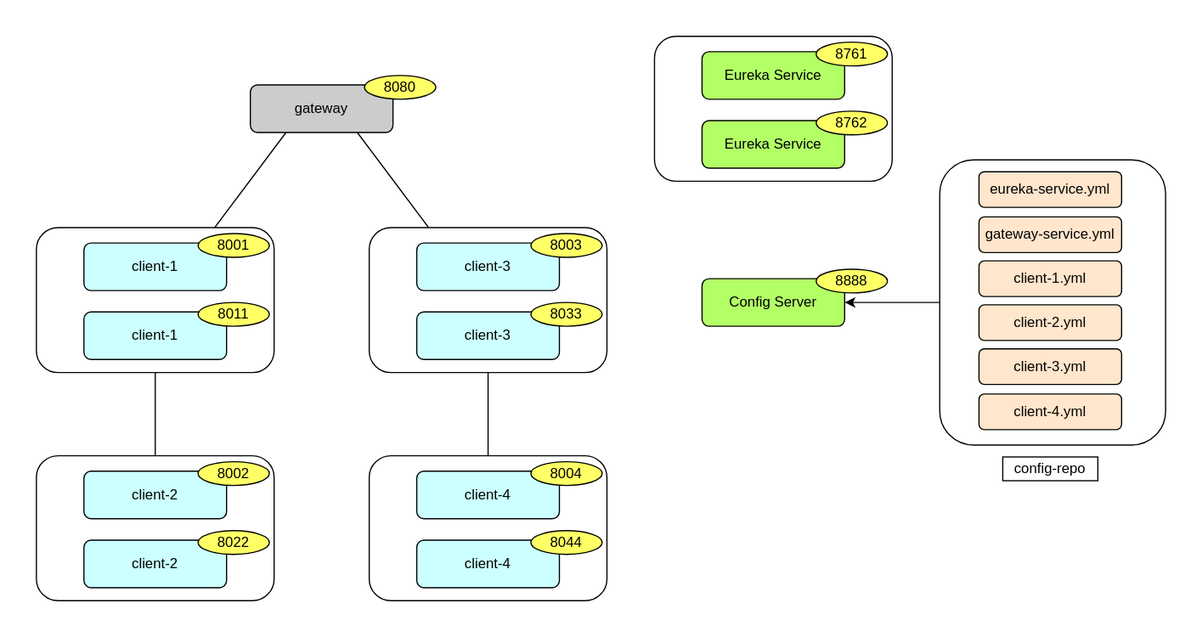
Before: microservice.drawio.svg, a diagram exported from draw.io (masakiii03/microservice-sample). Source tidied: cells renumbered, new cells last; positions are measured from the earlier drawing's top-left corner, leaving out a move shared by most shapes.
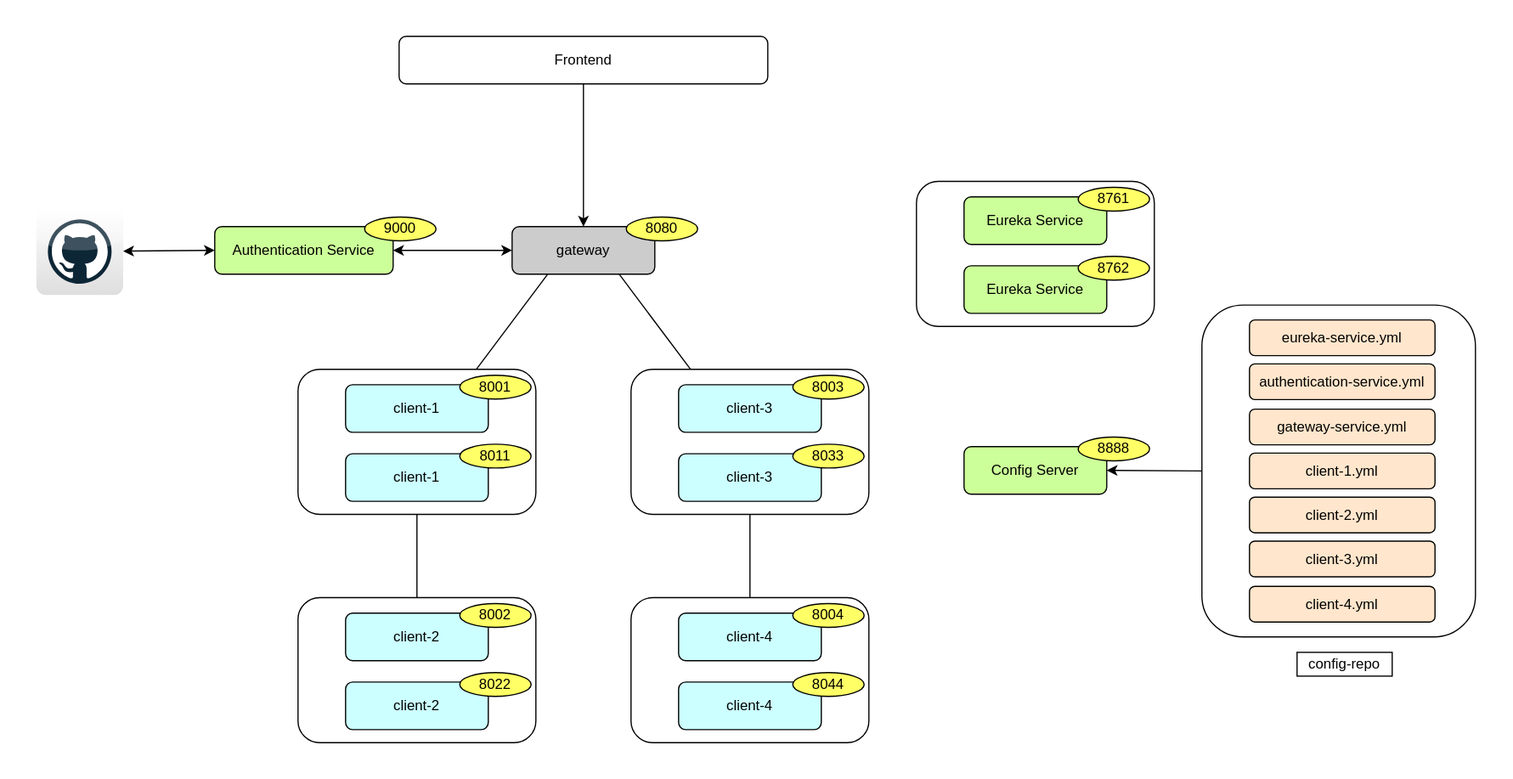
The same file after the commit.

Change to the diagram source:
```diff
@@ -9,19 +9,19 @@
       <mxGeometry x="276" y="33" width="60" height="20" as="geometry" />
     </mxCell>
     <mxCell id="4" style="rounded=1;whiteSpace=wrap;html=1;fillColor=#FFFFFF;" parent="1" vertex="1">
-      <mxGeometry x="520" width="200" height="122" as="geometry" />
+      <mxGeometry x="520" y="3" width="200" height="122" as="geometry" />
     </mxCell>
-    <mxCell id="5" value="Eureka Service" style="rounded=1;whiteSpace=wrap;html=1;fillColor=#B3FF66;" parent="1" vertex="1">
-      <mxGeometry x="560" y="13" width="120" height="40" as="geometry" />
+    <mxCell id="5" value="Eureka Service" style="rounded=1;whiteSpace=wrap;html=1;fillColor=#CCFF99;" parent="1" vertex="1">
+      <mxGeometry x="560" y="16" width="120" height="40" as="geometry" />
     </mxCell>
     <mxCell id="6" value="8761" style="ellipse;whiteSpace=wrap;html=1;fillColor=#FFFF66;" parent="1" vertex="1">
-      <mxGeometry x="656" y="5" width="60" height="20" as="geometry" />
+      <mxGeometry x="656" y="8" width="60" height="20" as="geometry" />
     </mxCell>
-    <mxCell id="7" value="Eureka Service" style="rounded=1;whiteSpace=wrap;html=1;fillColor=#B3FF66;" parent="1" vertex="1">
-      <mxGeometry x="560" y="71" width="120" height="40" as="geometry" />
+    <mxCell id="7" value="Eureka Service" style="rounded=1;whiteSpace=wrap;html=1;fillColor=#CCFF99;" parent="1" vertex="1">
+      <mxGeometry x="560" y="74" width="120" height="40" as="geometry" />
     </mxCell>
     <mxCell id="8" value="8762" style="ellipse;whiteSpace=wrap;html=1;fillColor=#FFFF66;" parent="1" vertex="1">
-      <mxGeometry x="656" y="63" width="60" height="20" as="geometry" />
+      <mxGeometry x="656" y="66" width="60" height="20" as="geometry" />
     </mxCell>
     <mxCell id="9" style="rounded=1;whiteSpace=wrap;html=1;fillColor=#FFFFFF;" parent="1" vertex="1">
       <mxGeometry y="161" width="200" height="122" as="geometry" />
@@ -95,38 +95,62 @@
     <mxCell id="32" style="endArrow=none;html=1;rounded=0;entryX=0.5;entryY=0;entryDx=0;entryDy=0;exitX=0.5;exitY=1;exitDx=0;exitDy=0;" parent="1" edge="1" source="14" target="26">
       <mxGeometry relative="1" as="geometry" />
     </mxCell>
-    <mxCell id="33" value="Config Server" style="rounded=1;whiteSpace=wrap;html=1;fillColor=#B3FF66;" parent="1" vertex="1">
-      <mxGeometry x="560" y="204" width="120" height="40" as="geometry" />
-    </mxCell>
-    <mxCell id="34" value="8888" style="ellipse;whiteSpace=wrap;html=1;fillColor=#FFFF66;" parent="1" vertex="1">
-      <mxGeometry x="656" y="196" width="60" height="20" as="geometry" />
-    </mxCell>
     <mxCell id="35" value="config-repo" style="rounded=0;whiteSpace=wrap;html=1;" parent="1" vertex="1">
-      <mxGeometry x="813" y="354" width="80" height="20" as="geometry" />
+      <mxGeometry x="840" y="399" width="80" height="20" as="geometry" />
     </mxCell>
     <mxCell id="36" style="endArrow=classic;html=1;rounded=0;exitX=0;exitY=0.5;exitDx=0;exitDy=0;entryX=1;entryY=0.5;entryDx=0;entryDy=0;" parent="1" edge="1" source="37" target="33">
       <mxGeometry relative="1" as="geometry" />
     </mxCell>
     <mxCell id="37" style="rounded=1;whiteSpace=wrap;html=1;fillColor=#FFFFFF;" parent="1" vertex="1">
-      <mxGeometry x="760" y="104" width="190" height="240" as="geometry" />
+      <mxGeometry x="760" y="107" width="230" height="279" as="geometry" />
     </mxCell>
+    <mxCell id="40" value="client-1.yml" style="rounded=1;whiteSpace=wrap;html=1;fillColor=#FFE6CC;" parent="1" vertex="1">
+      <mxGeometry x="800" y="231.5" width="156" height="30" as="geometry" />
+    </mxCell>
+    <mxCell id="39" value="gateway-service.yml" style="rounded=1;whiteSpace=wrap;html=1;fillColor=#FFE6CC;" parent="1" vertex="1">
+      <mxGeometry x="800" y="194.5" width="156" height="30" as="geometry" />
+    </mxCell>
     <mxCell id="38" value="eureka-service.yml" style="rounded=1;whiteSpace=wrap;html=1;fillColor=#FFE6CC;" parent="1" vertex="1">
-      <mxGeometry x="793" y="114" width="120" height="30" as="geometry" />
+      <mxGeometry x="800" y="119.5" width="156" height="30" as="geometry" />
     </mxCell>
-    <mxCell id="39" value="gateway-service.yml" style="rounded=1;whiteSpace=wrap;html=1;fillColor=#FFE6CC;" parent="1" vertex="1">
-      <mxGeometry x="793" y="152" width="120" height="30" as="geometry" />
-    </mxCell>
-    <mxCell id="40" value="client-1.yml" style="rounded=1;whiteSpace=wrap;html=1;fillColor=#FFE6CC;" parent="1" vertex="1">
-      <mxGeometry x="793" y="189" width="120" height="30" as="geometry" />
-    </mxCell>
     <mxCell id="41" value="client-2.yml" style="rounded=1;whiteSpace=wrap;html=1;fillColor=#FFE6CC;" parent="1" vertex="1">
-      <mxGeometry x="793" y="226" width="120" height="30" as="geometry" />
+      <mxGeometry x="800" y="268.5" width="156" height="30" as="geometry" />
     </mxCell>
     <mxCell id="42" value="client-3.yml" style="rounded=1;whiteSpace=wrap;html=1;fillColor=#FFE6CC;" parent="1" vertex="1">
-      <mxGeometry x="793" y="263" width="120" height="30" as="geometry" />
+      <mxGeometry x="800" y="305.5" width="156" height="30" as="geometry" />
     </mxCell>
     <mxCell id="43" value="client-4.yml" style="rounded=1;whiteSpace=wrap;html=1;fillColor=#FFE6CC;" parent="1" vertex="1">
-      <mxGeometry x="793" y="301" width="120" height="30" as="geometry" />
+      <mxGeometry x="800" y="343.5" width="156" height="30" as="geometry" />
     </mxCell>
+    <mxCell id="44" value="authentication-service.yml" style="rounded=1;whiteSpace=wrap;html=1;fillColor=#FFE6CC;" parent="1" vertex="1">
+      <mxGeometry x="800" y="156.5" width="156" height="30" as="geometry" />
+    </mxCell>
+    <mxCell id="33" value="Config Server" style="rounded=1;whiteSpace=wrap;html=1;fillColor=#CCFF99;" parent="1" vertex="1">
+      <mxGeometry x="560" y="226" width="120" height="40" as="geometry" />
+    </mxCell>
+    <mxCell id="34" value="8888" style="ellipse;whiteSpace=wrap;html=1;fillColor=#FFFF66;" parent="1" vertex="1">
+      <mxGeometry x="656" y="218" width="60" height="20" as="geometry" />
+    </mxCell>
+    <mxCell id="45" value="Authentication Service" style="rounded=1;whiteSpace=wrap;html=1;fillColor=#CCFF99;" parent="1" vertex="1">
+      <mxGeometry x="-70" y="41" width="150" height="40" as="geometry" />
+    </mxCell>
+    <mxCell id="46" value="9000" style="ellipse;whiteSpace=wrap;html=1;fillColor=#FFFF66;" parent="1" vertex="1">
+      <mxGeometry x="56" y="33" width="60" height="20" as="geometry" />
+    </mxCell>
+    <mxCell id="47" style="edgeStyle=orthogonalEdgeStyle;rounded=0;jettySize=auto;html=1;exitX=0.5;exitY=1;exitDx=0;exitDy=0;entryX=0.5;entryY=0;entryDx=0;entryDy=0;" parent="1" edge="1" source="48" target="2">
+      <mxGeometry relative="1" as="geometry" />
+    </mxCell>
+    <mxCell id="48" value="Frontend" style="rounded=1;whiteSpace=wrap;html=1;fillColor=#FFFFFF;" parent="1" vertex="1">
+      <mxGeometry x="85" y="-119" width="310" height="40" as="geometry" />
+    </mxCell>
+    <mxCell id="49" style="endArrow=classic;startArrow=classic;html=1;rounded=0;exitX=0;exitY=0.5;exitDx=0;exitDy=0;" parent="1" edge="1" source="45" target="50">
+      <mxGeometry relative="1" as="geometry" />
+    </mxCell>
+    <mxCell id="50" style="dashed=0;outlineConnect=0;html=1;align=center;labelPosition=center;verticalLabelPosition=bottom;verticalAlign=top;shape=mxgraph.webicons.github;gradientColor=#DFDEDE;" parent="1" vertex="1">
+      <mxGeometry x="-220" y="25.4" width="73" height="73.2" as="geometry" />
+    </mxCell>
+    <mxCell id="51" style="endArrow=classic;startArrow=classic;html=1;rounded=0;entryX=1;entryY=0.5;entryDx=0;entryDy=0;exitX=0;exitY=0.5;exitDx=0;exitDy=0;" parent="1" edge="1" source="2" target="45">
+      <mxGeometry relative="1" as="geometry" />
+    </mxCell>
   </root>
 </mxGraphModel>
```
